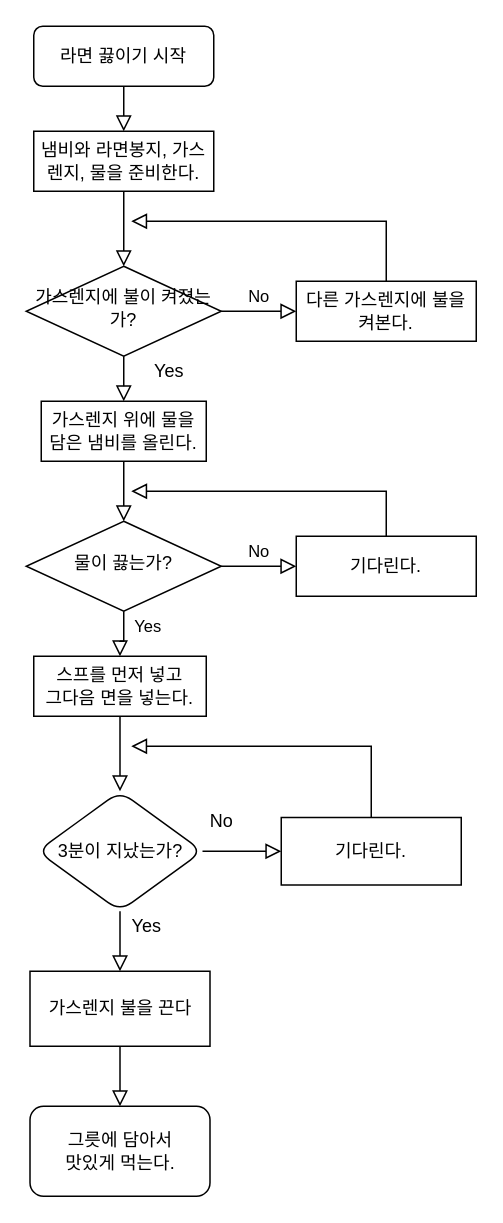
Above: Untitled Diagram.drawio in barahana20/doit (draw.io), before the change. Source tidied: cells renumbered, new cells numbered last; positions are measured from the earlier drawing's top-left corner, leaving out a move shared by most shapes. Both pictures are drawn from the tidied source at 150%, with x=0, y=0 at pixel (26, 26).
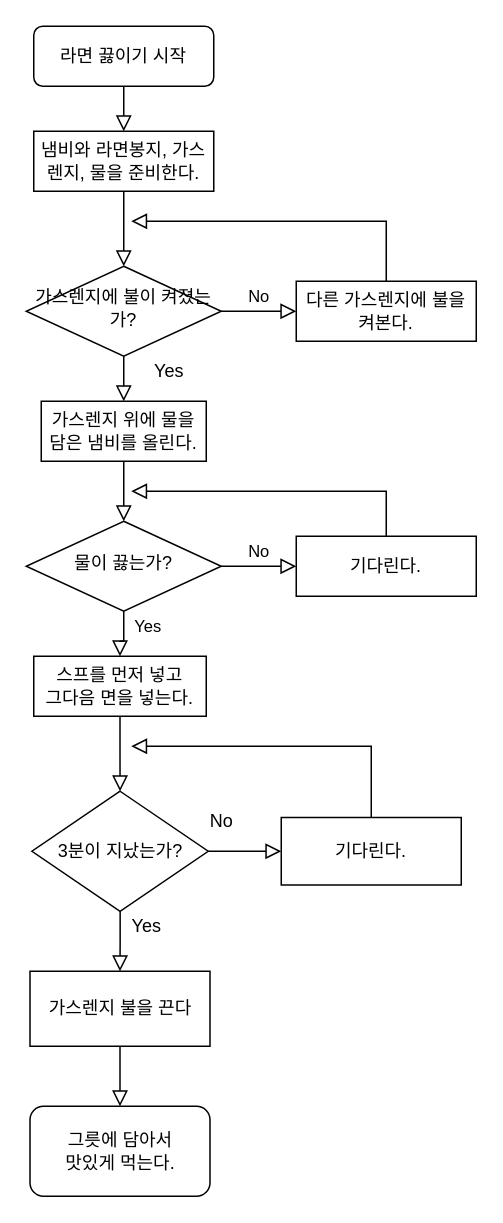
The same page after the edit.

The edit, as a diff of the source:
```diff
@@
-    <mxCell id="22" value="3분이 지났는가?" style="rhombus;whiteSpace=wrap;html=1;rounded=1;shadow=0;glass=0;strokeWidth=1;" parent="1" vertex="1">
-      <mxGeometry x="7.5" y="510" width="110" height="80" as="geometry" />
+    <mxCell id="22" value="3분이 지났는가?" style="rhombus;whiteSpace=wrap;html=1;rounded=0;shadow=0;glass=0;strokeWidth=1;" parent="1" vertex="1">
+      <mxGeometry x="3.8" y="510" width="117.5" height="80" as="geometry" />
     </mxCell>
```
